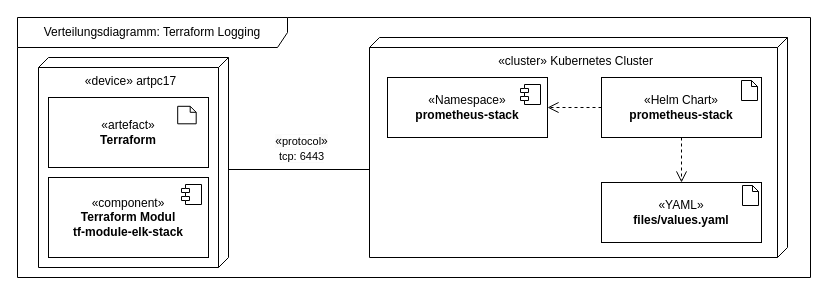
This is uni-bsc/dd-terraform-monitoring.drawio from pogii123/drawio-charts, a draw.io file, before an edit. Source tidied: cells renumbered, new cells numbered last; positions are measured from the earlier drawing's top-left corner, leaving out a move shared by most shapes. Both pictures are drawn from the tidied source at 100%, with x=0, y=0 at pixel (17, 17).
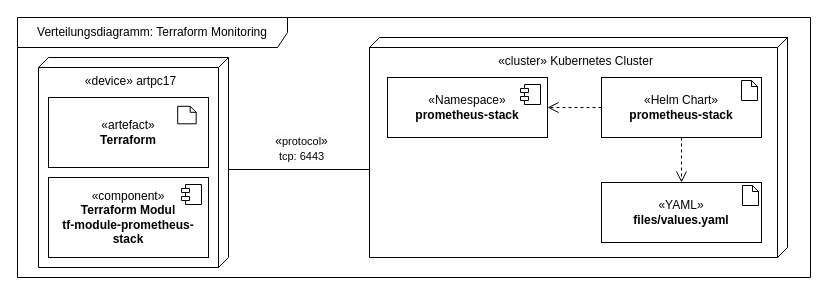
After the change.

Change to the diagram source:
```diff
@@
-    <mxCell id="3" value="«component»&lt;br&gt;&lt;b&gt;Terraform Modul&lt;br&gt;tf-module-elk-stack&lt;/b&gt;" style="html=1;whiteSpace=wrap;" parent="1" vertex="1">
+    <mxCell id="3" value="«component»&lt;br&gt;&lt;b&gt;Terraform Modul&lt;br&gt;tf-module-prometheus-stack&lt;/b&gt;" style="html=1;whiteSpace=wrap;" parent="1" vertex="1">
       <mxGeometry x="31" y="160" width="160" height="80" as="geometry" />
     </mxCell>
@@
-    <mxCell id="10" value="Verteilungsdiagramm: Terraform Logging" style="shape=umlFrame;whiteSpace=wrap;html=1;width=270;height=30;" parent="1" vertex="1">
+    <mxCell id="10" value="Verteilungsdiagramm: Terraform Monitoring" style="shape=umlFrame;whiteSpace=wrap;html=1;width=270;height=30;" parent="1" vertex="1">
       <mxGeometry width="793" height="260" as="geometry" />
     </mxCell>
```
